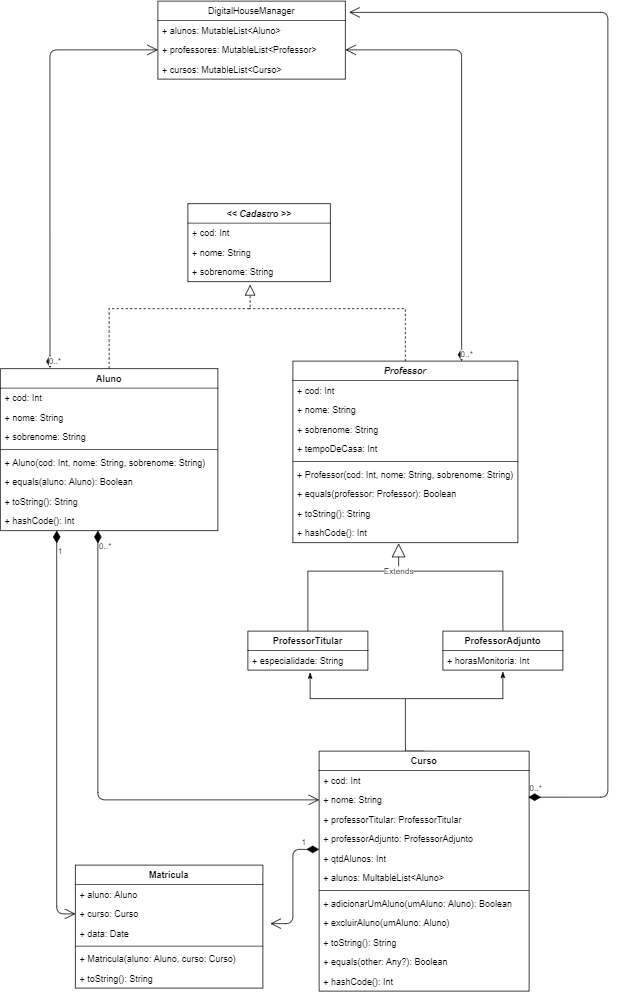
Before: UML.png, a diagram exported from draw.io (btmluiz/digitalhouse-desafio-kotlin). Source tidied: cells renumbered, new cells last; positions are measured from the earlier drawing's top-left corner, leaving out a move shared by most shapes.
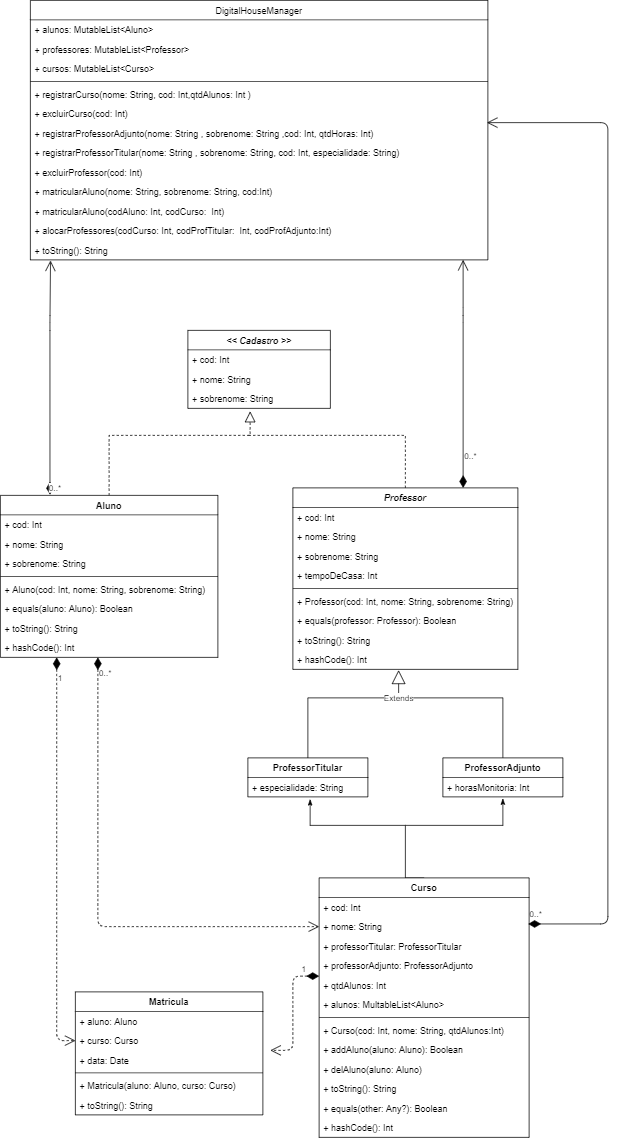
Later version of the same file.

The edit, as a diff of the source:
```diff
@@ -26,18 +26,6 @@
         </Array>
       </mxGeometry>
     </mxCell>
-    <mxCell id="5" value="DigitalHouseManager" style="swimlane;fontStyle=0;horizontal=1;startSize=26;fillColor=none;" parent="1" vertex="1">
-      <mxGeometry x="210" width="250" height="104" as="geometry" />
-    </mxCell>
-    <mxCell id="6" value="+ alunos: MutableList&lt;Aluno&gt;" style="text;strokeColor=none;fillColor=none;align=left;verticalAlign=top;spacingLeft=4;spacingRight=4;overflow=hidden;" parent="5" vertex="1">
-      <mxGeometry y="26" width="250" height="26" as="geometry" />
-    </mxCell>
-    <mxCell id="7" value="+ professores: MutableList&lt;Professor&gt;" style="text;strokeColor=none;fillColor=none;align=left;verticalAlign=top;spacingLeft=4;spacingRight=4;overflow=hidden;points=[[0,0.5],[1,0.5]];portConstraint=eastwest;" parent="5" vertex="1">
-      <mxGeometry y="52" width="250" height="26" as="geometry" />
-    </mxCell>
-    <mxCell id="8" value="+ cursos: MutableList&lt;Curso&gt;" style="text;strokeColor=none;fillColor=none;align=left;verticalAlign=top;spacingLeft=4;spacingRight=4;overflow=hidden;" parent="5" vertex="1">
-      <mxGeometry y="78" width="250" height="26" as="geometry" />
-    </mxCell>
     <mxCell id="9" value="ProfessorAdjunto" style="swimlane;fontStyle=1;align=center;verticalAlign=top;horizontal=1;startSize=26;" parent="1" vertex="1">
       <mxGeometry x="590" y="840" width="160" height="52" as="geometry" />
     </mxCell>
@@ -74,14 +62,14 @@
         </Array>
       </mxGeometry>
     </mxCell>
-    <mxCell id="16" value="0..*" style="endArrow=open;html=1;endSize=12;startArrow=diamondThin;startSize=14;startFill=1;edgeStyle=orthogonalEdgeStyle;align=left;verticalAlign=bottom;entryX=0;entryY=0.5;entryDx=0;entryDy=0;" parent="1" edge="1" source="48" target="54">
+    <mxCell id="16" value="0..*" style="endArrow=open;html=1;endSize=12;startArrow=diamondThin;startSize=14;startFill=1;edgeStyle=orthogonalEdgeStyle;align=left;verticalAlign=bottom;entryX=0;entryY=0.5;entryDx=0;entryDy=0;dashed=1;" parent="1" edge="1" source="48" target="54">
       <mxGeometry x="-0.91" relative="1" as="geometry">
         <Array as="points">
           <mxPoint x="130" y="1065" />
         </Array>
       </mxGeometry>
     </mxCell>
-    <mxCell id="17" value="1" style="endArrow=open;html=1;endSize=12;startArrow=diamondThin;startSize=14;startFill=1;edgeStyle=orthogonalEdgeStyle;align=left;verticalAlign=bottom;entryX=0;entryY=0.5;entryDx=0;entryDy=0;exitX=0.259;exitY=1;exitDx=0;exitDy=0;exitPerimeter=0;" parent="1" edge="1" source="48" target="34">
+    <mxCell id="17" value="1" style="endArrow=open;html=1;endSize=12;startArrow=diamondThin;startSize=14;startFill=1;edgeStyle=orthogonalEdgeStyle;align=left;verticalAlign=bottom;entryX=0;entryY=0.5;entryDx=0;entryDy=0;exitX=0.259;exitY=1;exitDx=0;exitDy=0;exitPerimeter=0;dashed=1;" parent="1" edge="1" source="48" target="34">
       <mxGeometry x="-0.86" relative="1" as="geometry" />
     </mxCell>
     <mxCell id="18" value="Professor" style="swimlane;fontStyle=3;align=center;verticalAlign=top;horizontal=1;startSize=26;" parent="1" vertex="1">
@@ -147,7 +135,7 @@
     <mxCell id="38" value="+ toString(): String" style="text;strokeColor=none;fillColor=none;align=left;verticalAlign=top;spacingLeft=4;spacingRight=4;overflow=hidden;" parent="32" vertex="1">
       <mxGeometry y="138" width="250" height="26" as="geometry" />
     </mxCell>
-    <mxCell id="39" value="1" style="endArrow=open;html=1;endSize=12;startArrow=diamondThin;startSize=14;startFill=1;edgeStyle=orthogonalEdgeStyle;align=left;verticalAlign=bottom;entryX=1.04;entryY=0;entryDx=0;entryDy=0;entryPerimeter=0;" parent="1" edge="1" source="57" target="35">
+    <mxCell id="39" value="1" style="endArrow=open;html=1;endSize=12;startArrow=diamondThin;startSize=14;startFill=1;edgeStyle=orthogonalEdgeStyle;align=left;verticalAlign=bottom;entryX=1.04;entryY=0;entryDx=0;entryDy=0;entryPerimeter=0;dashed=1;" parent="1" edge="1" source="57" target="35">
       <mxGeometry x="-0.7" relative="1" as="geometry">
         <Array as="points">
           <mxPoint x="390" y="1131" />
@@ -182,30 +170,32 @@
     <mxCell id="48" value="+ hashCode(): Int" style="text;strokeColor=none;fillColor=none;align=left;verticalAlign=top;spacingLeft=4;spacingRight=4;overflow=hidden;points=[[0,0.5],[1,0.5]];portConstraint=eastwest;" parent="40" vertex="1">
       <mxGeometry y="190" width="290" height="26" as="geometry" />
     </mxCell>
-    <mxCell id="49" value="0..*" style="endArrow=open;html=1;endSize=12;startArrow=diamondThin;startSize=14;startFill=1;edgeStyle=orthogonalEdgeStyle;align=left;verticalAlign=bottom;exitX=0.228;exitY=-0.005;exitDx=0;exitDy=0;exitPerimeter=0;entryX=0;entryY=0.5;entryDx=0;entryDy=0;" parent="1" edge="1" source="40" target="7">
+    <mxCell id="49" value="0..*" style="endArrow=open;html=1;endSize=12;startArrow=diamondThin;startSize=14;startFill=1;edgeStyle=orthogonalEdgeStyle;align=left;verticalAlign=bottom;exitX=0.228;exitY=-0.005;exitDx=0;exitDy=0;exitPerimeter=0;entryX=0.044;entryY=1.038;entryDx=0;entryDy=0;entryPerimeter=0;" parent="1" edge="1" source="40" target="75">
       <mxGeometry x="-1" y="3" relative="1" as="geometry">
         <Array as="points">
-          <mxPoint x="66" y="65" />
+          <mxPoint x="66" y="260" />
         </Array>
       </mxGeometry>
     </mxCell>
-    <mxCell id="50" value="0..*" style="endArrow=open;html=1;endSize=12;startArrow=diamondThin;startSize=14;startFill=1;edgeStyle=orthogonalEdgeStyle;align=left;verticalAlign=bottom;entryX=1;entryY=0.5;entryDx=0;entryDy=0;exitX=0.75;exitY=0;exitDx=0;exitDy=0;" parent="1" edge="1" source="18" target="7">
-      <mxGeometry x="-1" y="3" relative="1" as="geometry">
+    <mxCell id="50" value="0..*" style="endArrow=open;html=1;endSize=12;startArrow=diamondThin;startSize=14;startFill=1;edgeStyle=orthogonalEdgeStyle;align=left;verticalAlign=bottom;" parent="1" edge="1" target="75">
+      <mxGeometry x="-0.78" relative="1" as="geometry">
+        <mxPoint x="617" y="480" as="sourcePoint" />
         <Array as="points">
-          <mxPoint x="615" y="65" />
+          <mxPoint x="617" y="250" />
+          <mxPoint x="617" y="250" />
         </Array>
       </mxGeometry>
     </mxCell>
-    <mxCell id="51" value="0..*" style="endArrow=open;html=1;endSize=12;startArrow=diamondThin;startSize=14;startFill=1;edgeStyle=orthogonalEdgeStyle;align=left;verticalAlign=bottom;exitX=0.996;exitY=0.363;exitDx=0;exitDy=0;entryX=1.02;entryY=0.144;entryDx=0;entryDy=0;entryPerimeter=0;exitPerimeter=0;" parent="1" edge="1" source="54" target="5">
+    <mxCell id="51" value="0..*" style="endArrow=open;html=1;endSize=12;startArrow=diamondThin;startSize=14;startFill=1;edgeStyle=orthogonalEdgeStyle;align=left;verticalAlign=bottom;exitX=0.996;exitY=0.363;exitDx=0;exitDy=0;entryX=0.998;entryY=-0.038;entryDx=0;entryDy=0;entryPerimeter=0;exitPerimeter=0;" parent="1" edge="1" source="54" target="69">
       <mxGeometry x="-1" y="3" relative="1" as="geometry">
         <Array as="points">
           <mxPoint x="810" y="1061" />
-          <mxPoint x="810" y="15" />
+          <mxPoint x="810" y="-7" />
         </Array>
       </mxGeometry>
     </mxCell>
     <mxCell id="52" value="Curso" style="swimlane;fontStyle=1;align=center;verticalAlign=top;horizontal=1;startSize=26;" parent="1" vertex="1">
-      <mxGeometry x="425" y="1000" width="280" height="320" as="geometry" />
+      <mxGeometry x="425" y="1000" width="280" height="346" as="geometry" />
     </mxCell>
     <mxCell id="53" value="+ cod: Int" style="text;strokeColor=none;fillColor=none;align=left;verticalAlign=top;spacingLeft=4;spacingRight=4;overflow=hidden;" parent="52" vertex="1">
       <mxGeometry y="26" width="280" height="26" as="geometry" />
@@ -228,20 +218,65 @@
     <mxCell id="59" style="line;strokeWidth=1;fillColor=none;align=left;verticalAlign=middle;spacingTop=-1;spacingLeft=3;spacingRight=3;labelPosition=right;" parent="52" vertex="1">
       <mxGeometry y="182" width="280" height="8" as="geometry" />
     </mxCell>
+    <mxCell id="65" value="+ Curso(cod: Int, nome: String, qtdAlunos:Int)" style="text;strokeColor=none;fillColor=none;align=left;verticalAlign=top;spacingLeft=4;spacingRight=4;overflow=hidden;" parent="52" vertex="1">
+      <mxGeometry y="190" width="280" height="26" as="geometry" />
+    </mxCell>
-    <mxCell id="60" value="+ adicionarUmAluno(umAluno: Aluno): Boolean" style="text;strokeColor=none;fillColor=none;align=left;verticalAlign=top;spacingLeft=4;spacingRight=4;overflow=hidden;" parent="52" vertex="1">
-      <mxGeometry y="190" width="280" height="26" as="geometry" />
+    <mxCell id="60" value="+ addAluno(aluno: Aluno): Boolean" style="text;strokeColor=none;fillColor=none;align=left;verticalAlign=top;spacingLeft=4;spacingRight=4;overflow=hidden;" parent="52" vertex="1">
+      <mxGeometry y="216" width="280" height="26" as="geometry" />
     </mxCell>
-    <mxCell id="61" value="+ excluirAluno(umAluno: Aluno)" style="text;strokeColor=none;fillColor=none;align=left;verticalAlign=top;spacingLeft=4;spacingRight=4;overflow=hidden;" parent="52" vertex="1">
-      <mxGeometry y="216" width="280" height="26" as="geometry" />
+    <mxCell id="61" value="+ delAluno(aluno: Aluno)" style="text;strokeColor=none;fillColor=none;align=left;verticalAlign=top;spacingLeft=4;spacingRight=4;overflow=hidden;" parent="52" vertex="1">
+      <mxGeometry y="242" width="280" height="26" as="geometry" />
     </mxCell>
     <mxCell id="62" value="+ toString(): String" style="text;strokeColor=none;fillColor=none;align=left;verticalAlign=top;spacingLeft=4;spacingRight=4;overflow=hidden;" parent="52" vertex="1">
-      <mxGeometry y="242" width="280" height="26" as="geometry" />
+      <mxGeometry y="268" width="280" height="26" as="geometry" />
     </mxCell>
     <mxCell id="63" value="+ equals(other: Any?): Boolean" style="text;strokeColor=none;fillColor=none;align=left;verticalAlign=top;spacingLeft=4;spacingRight=4;overflow=hidden;" parent="52" vertex="1">
-      <mxGeometry y="268" width="280" height="26" as="geometry" />
+      <mxGeometry y="294" width="280" height="26" as="geometry" />
     </mxCell>
     <mxCell id="64" value="+ hashCode(): Int" style="text;strokeColor=none;fillColor=none;align=left;verticalAlign=top;spacingLeft=4;spacingRight=4;overflow=hidden;" parent="52" vertex="1">
-      <mxGeometry y="294" width="280" height="26" as="geometry" />
+      <mxGeometry y="320" width="280" height="26" as="geometry" />
     </mxCell>
+    <mxCell id="5" value="DigitalHouseManager" style="swimlane;fontStyle=0;horizontal=1;startSize=26;fillColor=none;" parent="1" vertex="1">
+      <mxGeometry x="40" y="-170" width="610" height="346" as="geometry" />
+    </mxCell>
+    <mxCell id="6" value="+ alunos: MutableList&lt;Aluno&gt;" style="text;strokeColor=none;fillColor=none;align=left;verticalAlign=top;spacingLeft=4;spacingRight=4;overflow=hidden;" parent="5" vertex="1">
+      <mxGeometry y="26" width="610" height="26" as="geometry" />
+    </mxCell>
+    <mxCell id="7" value="+ professores: MutableList&lt;Professor&gt;" style="text;strokeColor=none;fillColor=none;align=left;verticalAlign=top;spacingLeft=4;spacingRight=4;overflow=hidden;points=[[0,0.5],[1,0.5]];portConstraint=eastwest;" parent="5" vertex="1">
+      <mxGeometry y="52" width="610" height="26" as="geometry" />
+    </mxCell>
+    <mxCell id="8" value="+ cursos: MutableList&lt;Curso&gt;" style="text;strokeColor=none;fillColor=none;align=left;verticalAlign=top;spacingLeft=4;spacingRight=4;overflow=hidden;" parent="5" vertex="1">
+      <mxGeometry y="78" width="610" height="26" as="geometry" />
+    </mxCell>
+    <mxCell id="66" style="line;strokeWidth=1;fillColor=none;align=left;verticalAlign=middle;spacingTop=-1;spacingLeft=3;spacingRight=3;labelPosition=right;" parent="5" vertex="1">
+      <mxGeometry y="104" width="610" height="8" as="geometry" />
+    </mxCell>
+    <mxCell id="67" value="+ registrarCurso(nome: String, cod: Int,qtdAlunos: Int )" style="text;strokeColor=none;fillColor=none;align=left;verticalAlign=top;spacingLeft=4;spacingRight=4;overflow=hidden;" parent="5" vertex="1">
+      <mxGeometry y="112" width="610" height="26" as="geometry" />
+    </mxCell>
+    <mxCell id="68" value="+ excluirCurso(cod: Int)" style="text;strokeColor=none;fillColor=none;align=left;verticalAlign=top;spacingLeft=4;spacingRight=4;overflow=hidden;" parent="5" vertex="1">
+      <mxGeometry y="138" width="610" height="26" as="geometry" />
+    </mxCell>
+    <mxCell id="69" value="+ registrarProfessorAdjunto(nome: String , sobrenome: String ,cod: Int, qtdHoras: Int)" style="text;strokeColor=none;fillColor=none;align=left;verticalAlign=top;spacingLeft=4;spacingRight=4;overflow=hidden;points=[[0,0.5],[1,0.5]];portConstraint=eastwest;" parent="5" vertex="1">
+      <mxGeometry y="164" width="610" height="26" as="geometry" />
+    </mxCell>
+    <mxCell id="70" value="+ registrarProfessorTitular(nome: String , sobrenome: String, cod: Int, especialidade: String)" style="text;strokeColor=none;fillColor=none;align=left;verticalAlign=top;spacingLeft=4;spacingRight=4;overflow=hidden;" parent="5" vertex="1">
+      <mxGeometry y="190" width="610" height="26" as="geometry" />
+    </mxCell>
+    <mxCell id="71" value="+ excluirProfessor(cod: Int)" style="text;strokeColor=none;fillColor=none;align=left;verticalAlign=top;spacingLeft=4;spacingRight=4;overflow=hidden;" parent="5" vertex="1">
+      <mxGeometry y="216" width="610" height="26" as="geometry" />
+    </mxCell>
+    <mxCell id="72" value="+ matricularAluno(nome: String, sobrenome: String, cod:Int)" style="text;strokeColor=none;fillColor=none;align=left;verticalAlign=top;spacingLeft=4;spacingRight=4;overflow=hidden;" parent="5" vertex="1">
+      <mxGeometry y="242" width="610" height="26" as="geometry" />
+    </mxCell>
+    <mxCell id="73" value="+ matricularAluno(codAluno: Int, codCurso:  Int)" style="text;strokeColor=none;fillColor=none;align=left;verticalAlign=top;spacingLeft=4;spacingRight=4;overflow=hidden;" parent="5" vertex="1">
+      <mxGeometry y="268" width="610" height="26" as="geometry" />
+    </mxCell>
+    <mxCell id="74" value="+ alocarProfessores(codCurso: Int, codProfTitular:  Int, codProfAdjunto:Int)" style="text;strokeColor=none;fillColor=none;align=left;verticalAlign=top;spacingLeft=4;spacingRight=4;overflow=hidden;" parent="5" vertex="1">
+      <mxGeometry y="294" width="610" height="26" as="geometry" />
+    </mxCell>
+    <mxCell id="75" value="+ toString(): String" style="text;strokeColor=none;fillColor=none;align=left;verticalAlign=top;spacingLeft=4;spacingRight=4;overflow=hidden;points=[[0,0.5],[1,0.5]];portConstraint=eastwest;" parent="5" vertex="1">
+      <mxGeometry y="320" width="610" height="26" as="geometry" />
+    </mxCell>
   </root>
 </mxGraphModel>
```
